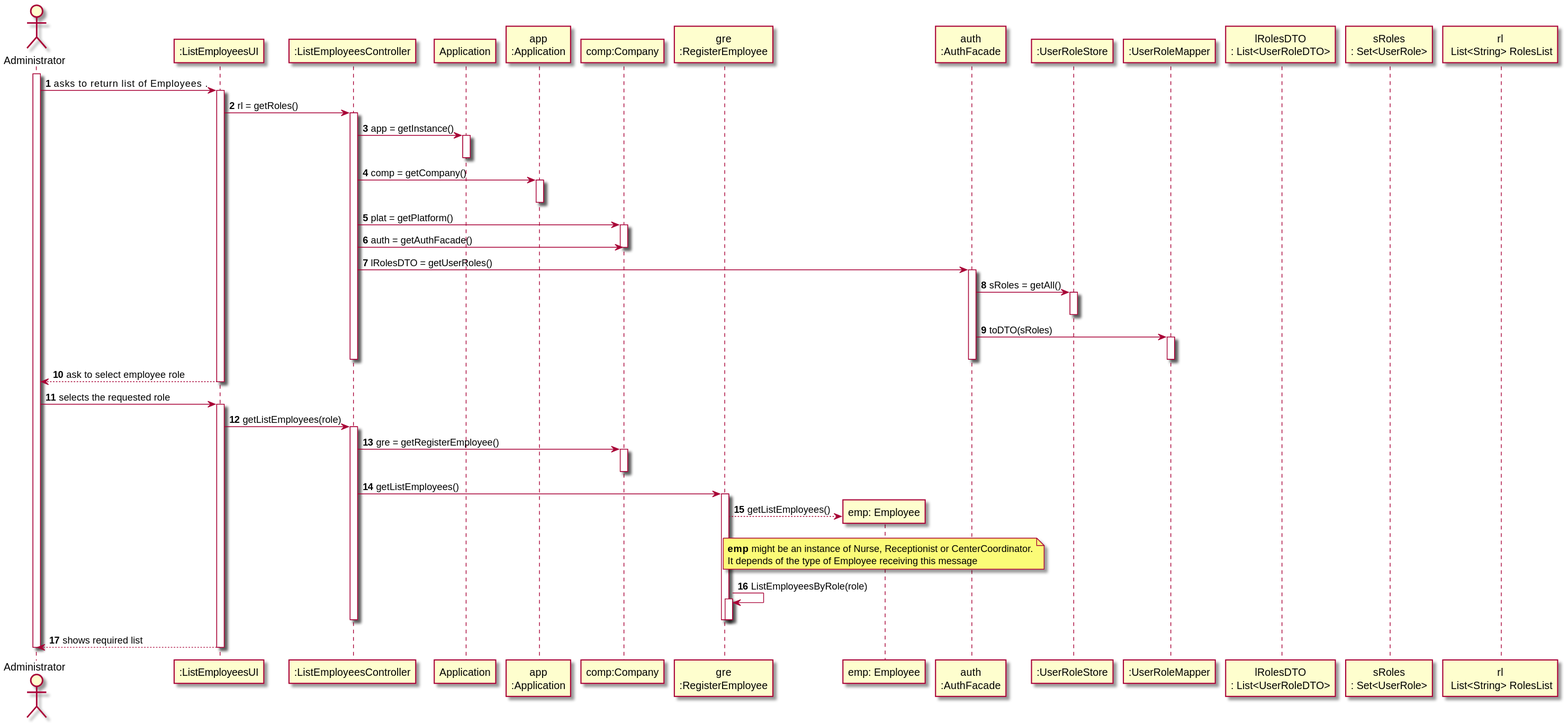
diogonapoles/isep-lapr2 keeps this PlantUML diagram as docs/SprintB/UserStories/US11/US11_SD.svg. Above is the earlier version.
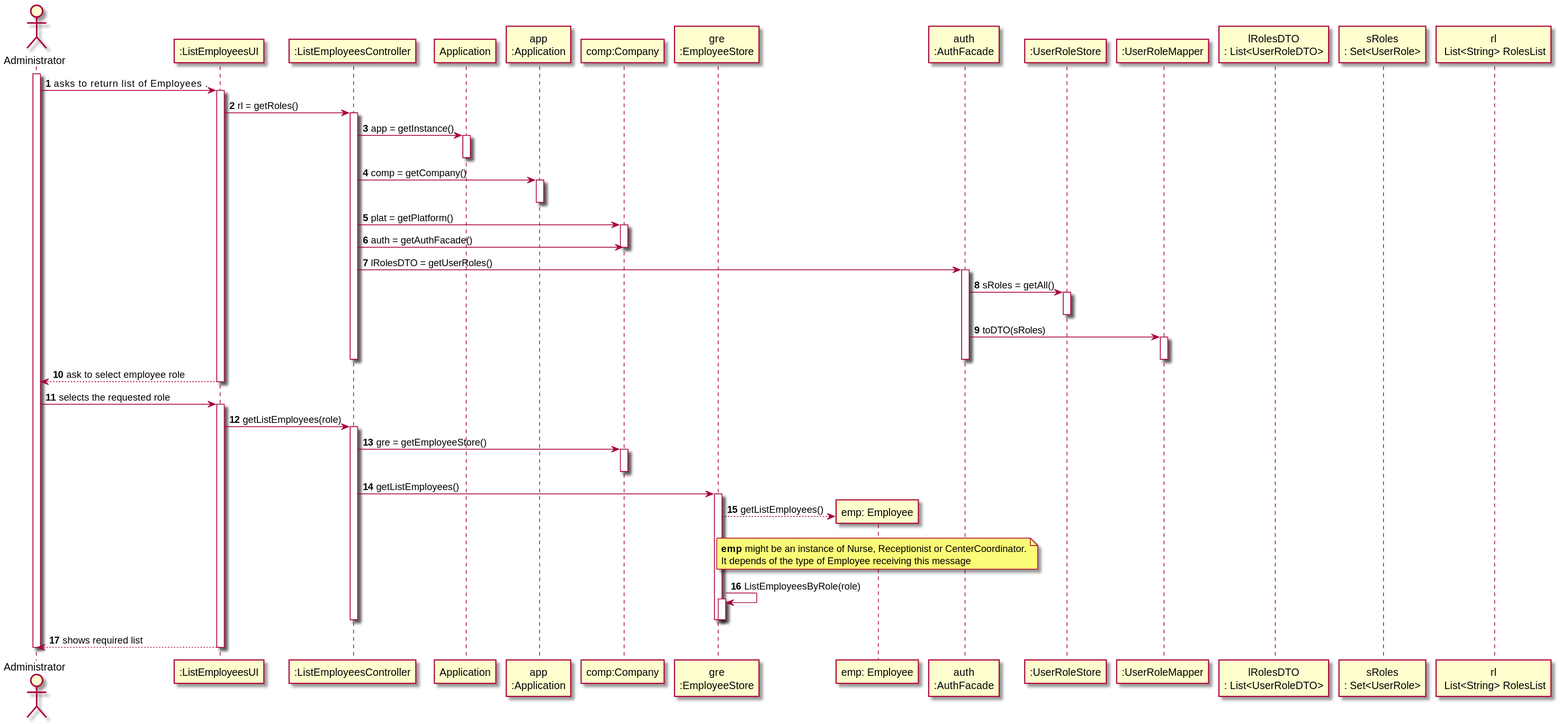
After the change.

Change to the diagram source:
```diff
@@ -10,7 +10,7 @@
 participant "Application" as APP
 participant "app\n:Application" as App
 participant "comp:Company" as COMP
-participant "gre\n:RegisterEmployee" as RE
+participant "gre\n:EmployeeStore" as ES
 participant "emp: Employee" as EMP
 participant "auth\n:AuthFacade" as AF
 participant ":UserRoleStore" as URS
@@ -69,29 +69,29 @@
 UI -> CTRL : getListEmployees(role)
 activate CTRL
 
-CTRL -> COMP : gre = getRegisterEmployee()
+CTRL -> COMP : gre = getEmployeeStore()
 activate COMP
 deactivate COMP
 
-CTRL -> RE : getListEmployees()
-activate RE
+CTRL -> ES : getListEmployees()
+activate ES
 
 
-RE --> EMP** : getListEmployees()
+ES --> EMP** : getListEmployees()
 note over EMP : **emp** might be an instance of Nurse, Receptionist or CenterCoordinator.\nIt depends of the type of Employee receiving this message
 
 
-RE -> RE : ListEmployeesByRole(role)
-activate RE
-deactivate RE
-deactivate RE
+ES -> ES : ListEmployeesByRole(role)
+activate ES
+deactivate ES
+deactivate ES
 
 
 
 
 
 deactivate CTRL
-deactivate RE
+deactivate ES
 
 UI --> ADM : shows required list
 deactivate UI
```
